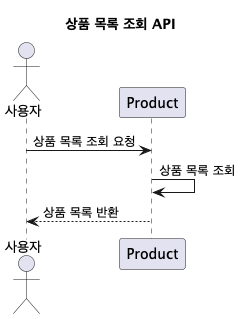
The PlantUML diagram assets/images/diagram/sequence/get_products.png in leejisuu/hhplus-ecommerce-serivce, before a commit. Source of this version:
```plantuml
@startuml
title 상품 목록 조회 API
actor "사용자" as User
participant "Product" as Product

User -> Product : 상품 목록 조회 요청
Product -> Product : 상품 목록 조회
Product --> User : 상품 목록 반환
@enduml
```
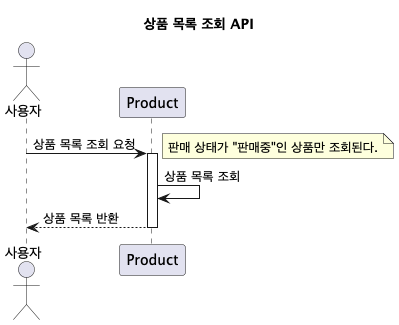
After the change.

The edit, as a diff of the source:
```diff
@@ -4,6 +4,9 @@
 participant "Product" as Product
 
 User -> Product : 상품 목록 조회 요청
+note right : 판매 상태가 "판매중"인 상품만 조회된다.
+activate Product
 Product -> Product : 상품 목록 조회
 Product --> User : 상품 목록 반환
+deactivate Product
 @enduml
```
